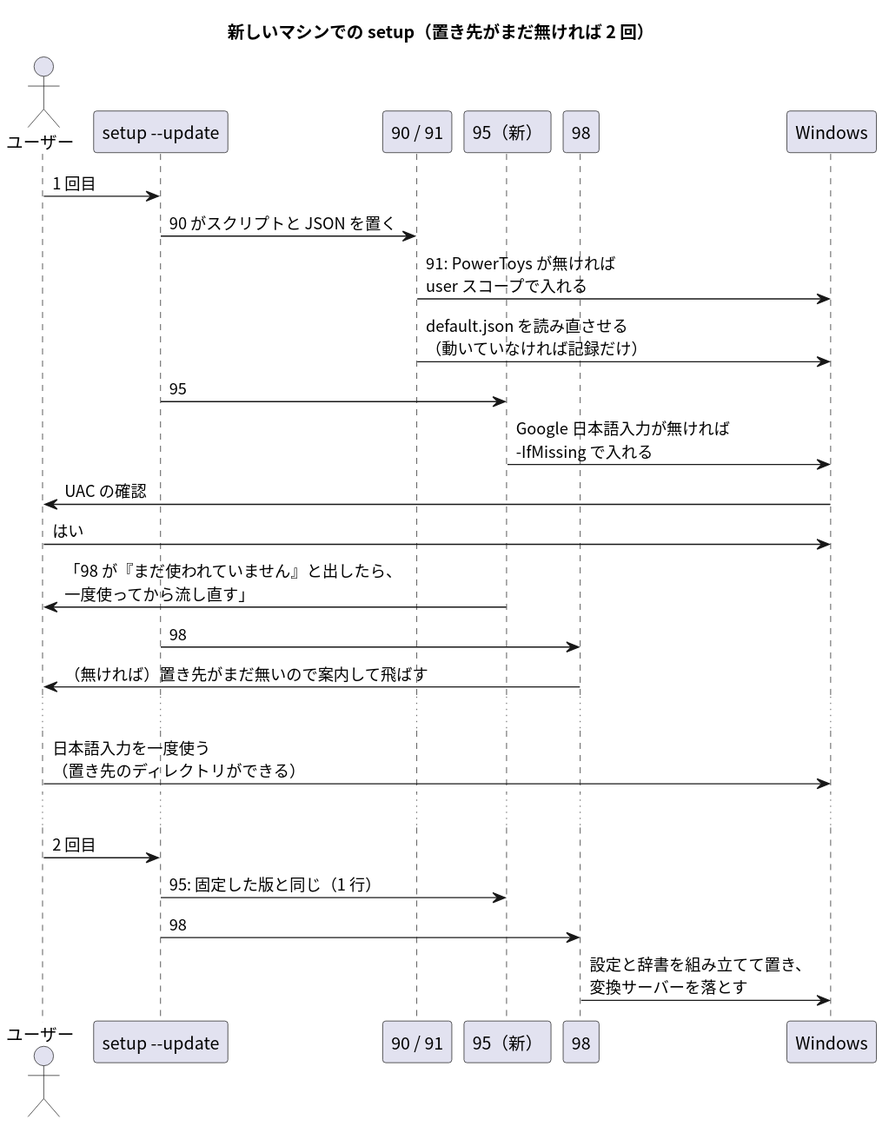
Above: docs/adr/017_win_apps_winget_20261012T115007JST/plantuml/out/03_new_machine.svg in pollenjp/dotfiles (PlantUML), before the change.
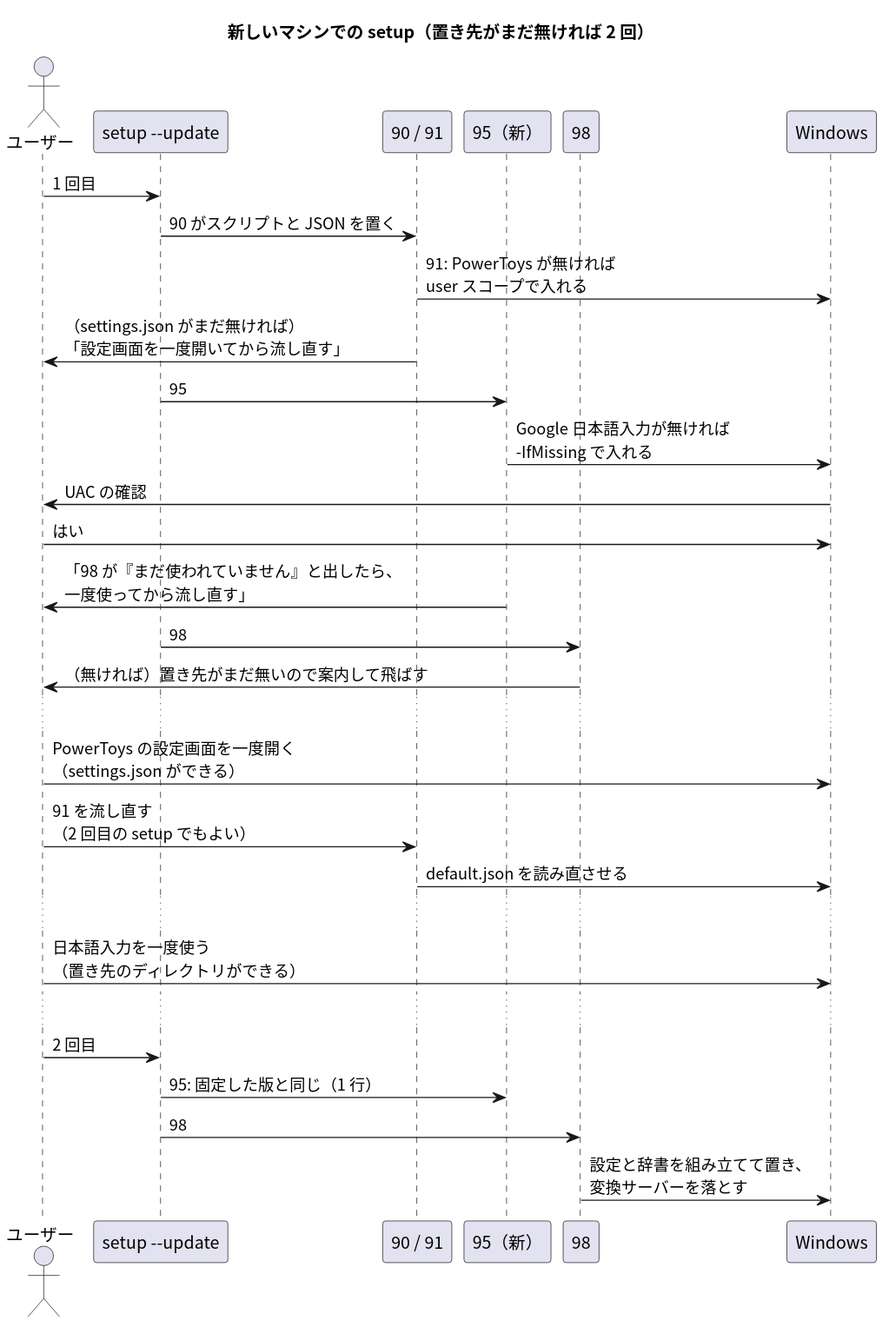
After the commit.

Commit message:
docs: 新しいマシンの流れに、PowerToys の設定画面を一度開いてから 91 を流し直す工程を足す (TKT-143)

What changed in the source:
```diff
@@ -16,7 +16,7 @@
 U -> S : 1 回目
 S -> P91 : 90 がスクリプトと JSON を置く
 P91 -> W : 91: PowerToys が無ければ\nuser スコープで入れる
-P91 -> W : default.json を読み直させる\n（動いていなければ記録だけ）
+P91 -> U : （settings.json がまだ無ければ）\n「設定画面を一度開いてから流し直す」
 S -> P95 : 95
 P95 -> W : Google 日本語入力が無ければ\n-IfMissing で入れる
 W -> U : UAC の確認
@@ -25,6 +25,10 @@
 S -> P98 : 98
 P98 -> U : （無ければ）置き先がまだ無いので案内して飛ばす
 ...
+U -> W : PowerToys の設定画面を一度開く\n（settings.json ができる）
+U -> P91 : 91 を流し直す\n（2 回目の setup でもよい）
+P91 -> W : default.json を読み直させる
+...
 U -> W : 日本語入力を一度使う\n（置き先のディレクトリができる）
 ...
 U -> S : 2 回目
```
